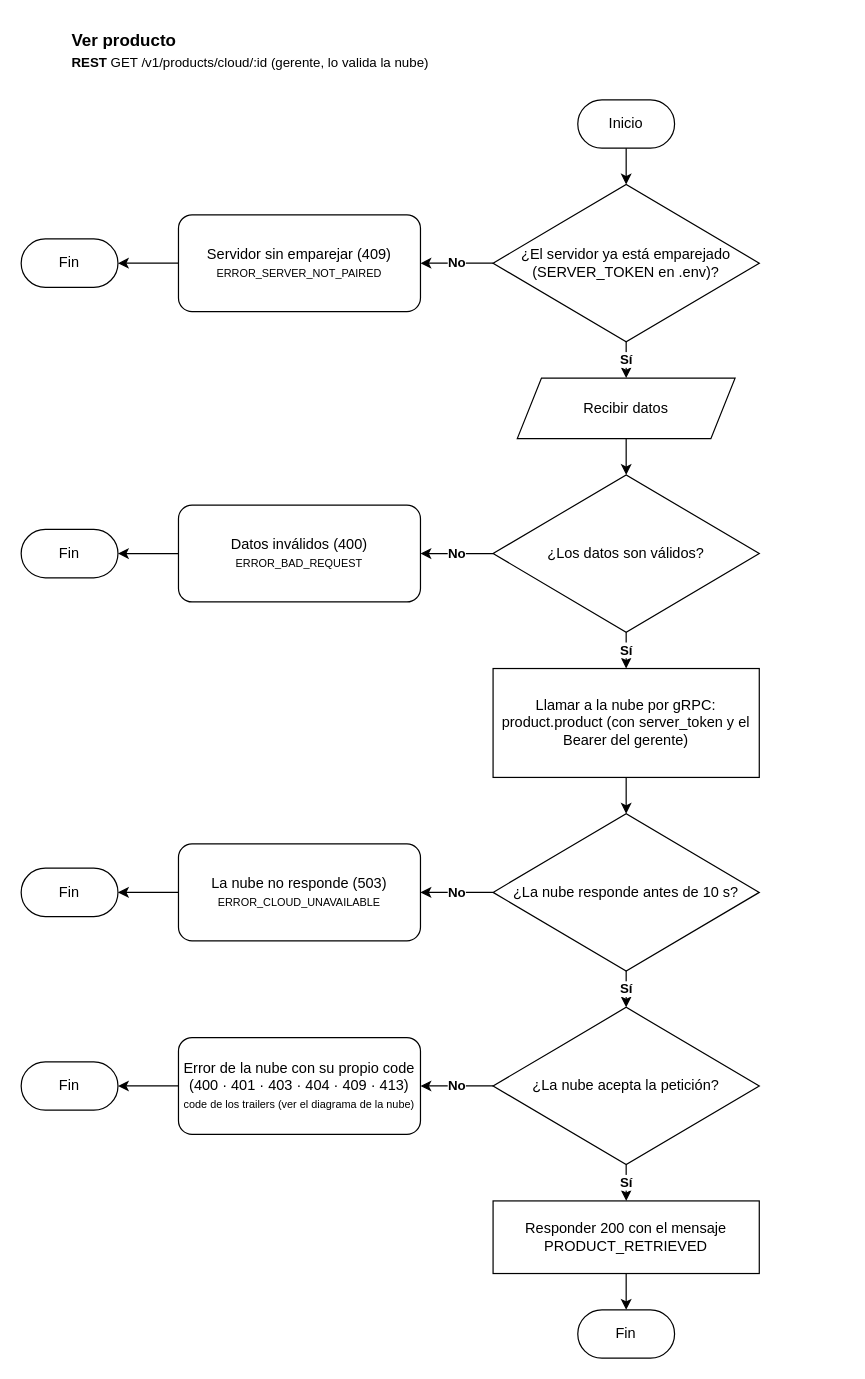
Above: documents/diagrams/workflows/product/cloud/product.drawio in Andry510/miyabi-restaurant-server (draw.io), before the change. Source tidied: cells renumbered, new cells numbered last; positions are measured from the earlier drawing's top-left corner, leaving out a move shared by most shapes. Both pictures are drawn from the tidied source at 121%, with x=0, y=0 at pixel (21, 21).
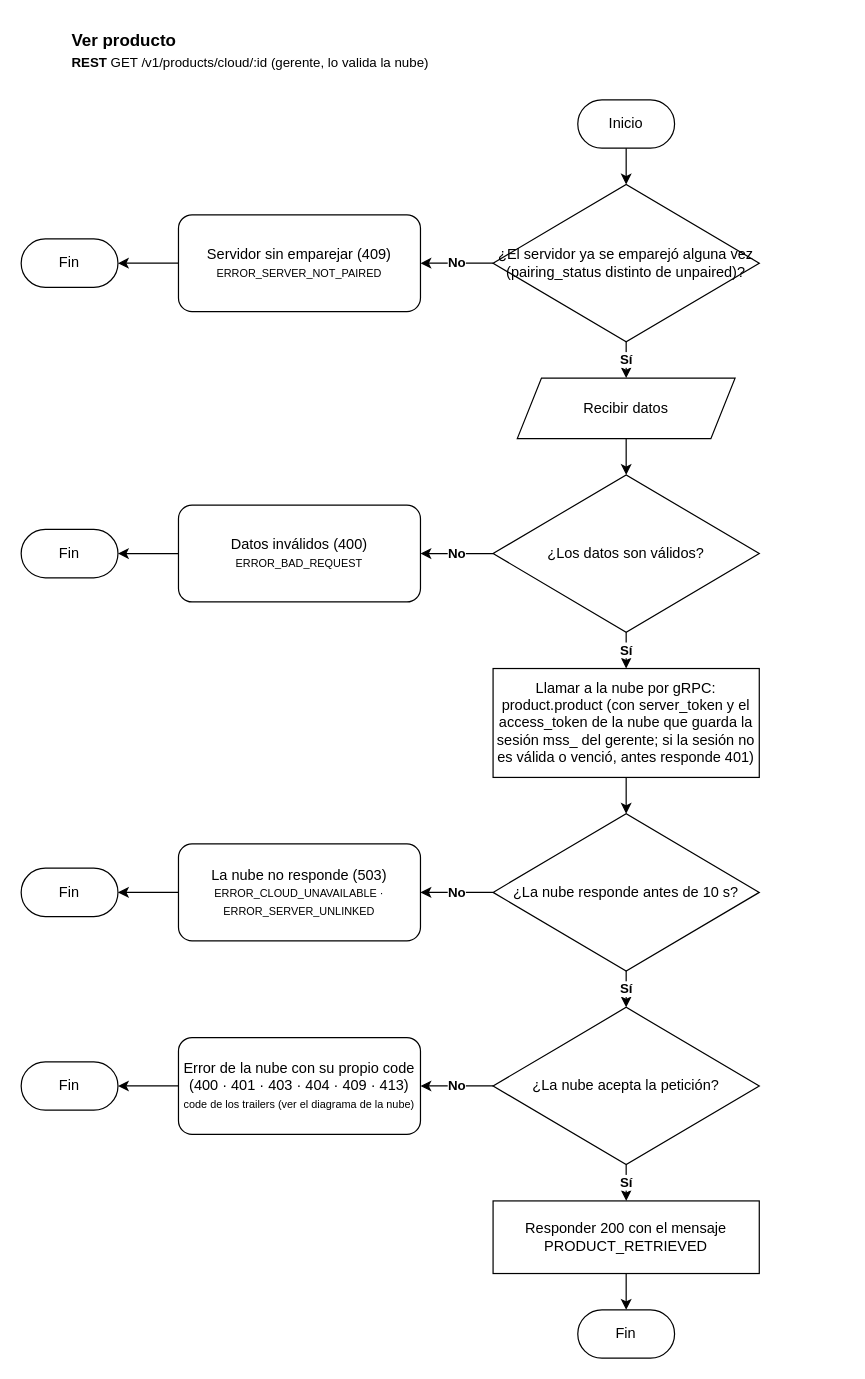
After the change.

What changed in the source:
```diff
@@
-    <mxCell id="4" value="¿El servidor ya está emparejado (SERVER_TOKEN en .env)?" style="rhombus;whiteSpace=wrap;html=1;rounded=1;arcSize=0;" parent="1" vertex="1">
+    <mxCell id="4" value="¿El servidor ya se emparejó alguna vez (pairing_status distinto de unpaired)?" style="rhombus;whiteSpace=wrap;html=1;rounded=1;arcSize=0;" parent="1" vertex="1">
       <mxGeometry x="390" y="135" width="220" height="130" as="geometry" />
     </mxCell>
@@
-    <mxCell id="18" value="Llamar a la nube por gRPC: product.product (con server_token y el Bearer del gerente)" style="rounded=0;whiteSpace=wrap;html=1;" parent="1" vertex="1">
+    <mxCell id="18" value="Llamar a la nube por gRPC: product.product (con server_token y el access_token de la nube que guarda la sesión mss_ del gerente; si la sesión no es válida o venció, antes responde 401)" style="rounded=0;whiteSpace=wrap;html=1;" parent="1" vertex="1">
       <mxGeometry x="390" y="535" width="220" height="90" as="geometry" />
     </mxCell>
@@
-    <mxCell id="22" value="La nube no responde (503)&lt;br&gt;&lt;font style=&quot;font-size: 9px;&quot;&gt;ERROR_CLOUD_UNAVAILABLE&lt;/font&gt;" style="rounded=1;whiteSpace=wrap;html=1;arcSize=14;" parent="1" vertex="1">
+    <mxCell id="22" value="La nube no responde (503)&lt;br&gt;&lt;font style=&quot;font-size: 9px;&quot;&gt;ERROR_CLOUD_UNAVAILABLE · ERROR_SERVER_UNLINKED&lt;/font&gt;" style="rounded=1;whiteSpace=wrap;html=1;arcSize=14;" parent="1" vertex="1">
       <mxGeometry x="130" y="680" width="200" height="80" as="geometry" />
     </mxCell>
```
